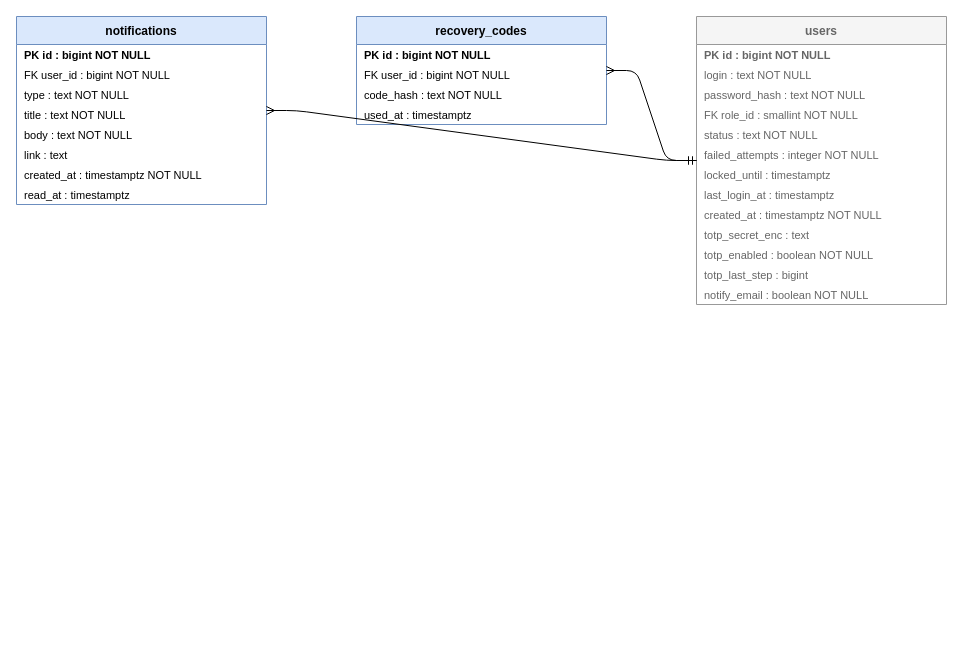
Earlier version of the draw.io diagram page "Безопасность" (12 of 14) of docs/diagrams/er.drawio (vladmeshkov/js-course-work). Source tidied: cells renumbered, new cells numbered last; positions are measured from the earlier drawing's top-left corner, leaving out a move shared by most shapes. Both pictures are drawn from the tidied source at 100%, with x=0, y=0 at pixel (16, 16).
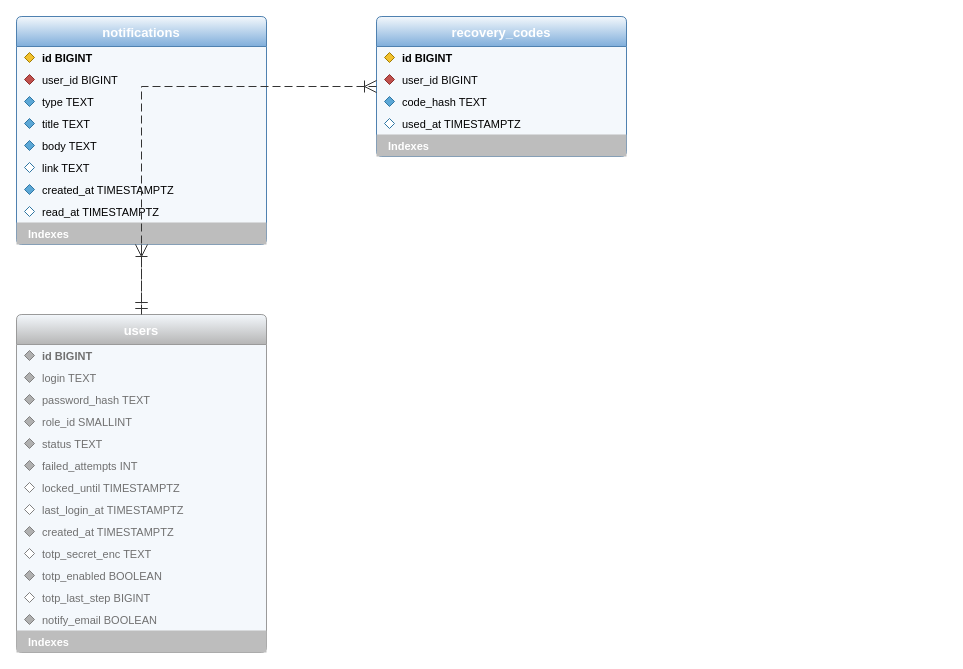
Above is the later version.

The edit, as a diff of the source:
```diff
@@
-    <mxCell id="2" value="notifications" style="swimlane;fontStyle=1;horizontal=1;startSize=28;fillColor=#dae8fc;strokeColor=#6c8ebf;fontColor=#000000;" parent="1" vertex="1">
-      <mxGeometry width="250" height="188" as="geometry" />
+    <mxCell id="2" value="notifications" style="swimlane;fontStyle=1;fontSize=13;horizontal=1;startSize=30;rounded=1;arcSize=6;fillColor=#F4F8FC;swimlaneFillColor=#F4F8FC;gradientColor=#7FAEDB;strokeColor=#4F81B0;fontColor=#FFFFFF;align=center;" parent="1" vertex="1">
+      <mxGeometry width="250" height="228" as="geometry" />
     </mxCell>
-    <mxCell id="3" value="PK id : bigint NOT NULL" style="text;strokeColor=none;fillColor=none;align=left;verticalAlign=middle;spacingLeft=6;overflow=hidden;whiteSpace=nowrap;fontSize=11;fontStyle=1;" parent="2" vertex="1">
-      <mxGeometry y="28" width="250" height="20" as="geometry" />
+    <mxCell id="3" style="rhombus;fillColor=#F2C12E;strokeColor=#A07B00;" parent="2" vertex="1">
+      <mxGeometry x="8" y="36" width="10" height="10" as="geometry" />
     </mxCell>
-    <mxCell id="4" value="FK user_id : bigint NOT NULL" style="text;strokeColor=none;fillColor=none;align=left;verticalAlign=middle;spacingLeft=6;overflow=hidden;whiteSpace=nowrap;fontSize=11;" parent="2" vertex="1">
-      <mxGeometry y="48" width="250" height="20" as="geometry" />
+    <mxCell id="4" value="id BIGINT" style="text;strokeColor=none;fillColor=none;align=left;verticalAlign=middle;spacingLeft=24;overflow=hidden;whiteSpace=nowrap;fontSize=11;fontStyle=1;" parent="2" vertex="1">
+      <mxGeometry y="30" width="250" height="22" as="geometry" />
     </mxCell>
-    <mxCell id="5" value="   type : text NOT NULL" style="text;strokeColor=none;fillColor=none;align=left;verticalAlign=middle;spacingLeft=6;overflow=hidden;whiteSpace=nowrap;fontSize=11;" parent="2" vertex="1">
-      <mxGeometry y="68" width="250" height="20" as="geometry" />
+    <mxCell id="5" style="rhombus;fillColor=#C0504D;strokeColor=#8E2E2B;" parent="2" vertex="1">
+      <mxGeometry x="8" y="58" width="10" height="10" as="geometry" />
     </mxCell>
-    <mxCell id="6" value="   title : text NOT NULL" style="text;strokeColor=none;fillColor=none;align=left;verticalAlign=middle;spacingLeft=6;overflow=hidden;whiteSpace=nowrap;fontSize=11;" parent="2" vertex="1">
-      <mxGeometry y="88" width="250" height="20" as="geometry" />
+    <mxCell id="6" value="user_id BIGINT" style="text;strokeColor=none;fillColor=none;align=left;verticalAlign=middle;spacingLeft=24;overflow=hidden;whiteSpace=nowrap;fontSize=11;" parent="2" vertex="1">
+      <mxGeometry y="52" width="250" height="22" as="geometry" />
     </mxCell>
-    <mxCell id="7" value="   body : text NOT NULL" style="text;strokeColor=none;fillColor=none;align=left;verticalAlign=middle;spacingLeft=6;overflow=hidden;whiteSpace=nowrap;fontSize=11;" parent="2" vertex="1">
-      <mxGeometry y="108" width="250" height="20" as="geometry" />
+    <mxCell id="7" style="rhombus;fillColor=#5BA7D6;strokeColor=#2F76A3;" parent="2" vertex="1">
+      <mxGeometry x="8" y="80" width="10" height="10" as="geometry" />
     </mxCell>
-    <mxCell id="8" value="   link : text" style="text;strokeColor=none;fillColor=none;align=left;verticalAlign=middle;spacingLeft=6;overflow=hidden;whiteSpace=nowrap;fontSize=11;" parent="2" vertex="1">
-      <mxGeometry y="128" width="250" height="20" as="geometry" />
+    <mxCell id="8" value="type TEXT" style="text;strokeColor=none;fillColor=none;align=left;verticalAlign=middle;spacingLeft=24;overflow=hidden;whiteSpace=nowrap;fontSize=11;" parent="2" vertex="1">
+      <mxGeometry y="74" width="250" height="22" as="geometry" />
     </mxCell>
-    <mxCell id="9" value="   created_at : timestamptz NOT NULL" style="text;strokeColor=none;fillColor=none;align=left;verticalAlign=middle;spacingLeft=6;overflow=hidden;whiteSpace=nowrap;fontSize=11;" parent="2" vertex="1">
-      <mxGeometry y="148" width="250" height="20" as="geometry" />
+    <mxCell id="9" style="rhombus;fillColor=#5BA7D6;strokeColor=#2F76A3;" parent="2" vertex="1">
+      <mxGeometry x="8" y="102" width="10" height="10" as="geometry" />
     </mxCell>
-    <mxCell id="10" value="   read_at : timestamptz" style="text;strokeColor=none;fillColor=none;align=left;verticalAlign=middle;spacingLeft=6;overflow=hidden;whiteSpace=nowrap;fontSize=11;" parent="2" vertex="1">
-      <mxGeometry y="168" width="250" height="20" as="geometry" />
+    <mxCell id="10" value="title TEXT" style="text;strokeColor=none;fillColor=none;align=left;verticalAlign=middle;spacingLeft=24;overflow=hidden;whiteSpace=nowrap;fontSize=11;" parent="2" vertex="1">
+      <mxGeometry y="96" width="250" height="22" as="geometry" />
     </mxCell>
-    <mxCell id="11" value="recovery_codes" style="swimlane;fontStyle=1;horizontal=1;startSize=28;fillColor=#dae8fc;strokeColor=#6c8ebf;fontColor=#000000;" parent="1" vertex="1">
-      <mxGeometry x="340" width="250" height="108" as="geometry" />
+    <mxCell id="11" style="rhombus;fillColor=#5BA7D6;strokeColor=#2F76A3;" parent="2" vertex="1">
+      <mxGeometry x="8" y="124" width="10" height="10" as="geometry" />
     </mxCell>
-    <mxCell id="12" value="PK id : bigint NOT NULL" style="text;strokeColor=none;fillColor=none;align=left;verticalAlign=middle;spacingLeft=6;overflow=hidden;whiteSpace=nowrap;fontSize=11;fontStyle=1;" parent="11" vertex="1">
-      <mxGeometry y="28" width="250" height="20" as="geometry" />
+    <mxCell id="12" value="body TEXT" style="text;strokeColor=none;fillColor=none;align=left;verticalAlign=middle;spacingLeft=24;overflow=hidden;whiteSpace=nowrap;fontSize=11;" parent="2" vertex="1">
+      <mxGeometry y="118" width="250" height="22" as="geometry" />
     </mxCell>
-    <mxCell id="13" value="FK user_id : bigint NOT NULL" style="text;strokeColor=none;fillColor=none;align=left;verticalAlign=middle;spacingLeft=6;overflow=hidden;whiteSpace=nowrap;fontSize=11;" parent="11" vertex="1">
-      <mxGeometry y="48" width="250" height="20" as="geometry" />
+    <mxCell id="13" style="rhombus;fillColor=#FFFFFF;strokeColor=#2F76A3;" parent="2" vertex="1">
+      <mxGeometry x="8" y="146" width="10" height="10" as="geometry" />
     </mxCell>
-    <mxCell id="14" value="   code_hash : text NOT NULL" style="text;strokeColor=none;fillColor=none;align=left;verticalAlign=middle;spacingLeft=6;overflow=hidden;whiteSpace=nowrap;fontSize=11;" parent="11" vertex="1">
-      <mxGeometry y="68" width="250" height="20" as="geometry" />
+    <mxCell id="14" value="link TEXT" style="text;strokeColor=none;fillColor=none;align=left;verticalAlign=middle;spacingLeft=24;overflow=hidden;whiteSpace=nowrap;fontSize=11;" parent="2" vertex="1">
+      <mxGeometry y="140" width="250" height="22" as="geometry" />
     </mxCell>
-    <mxCell id="15" value="   used_at : timestamptz" style="text;strokeColor=none;fillColor=none;align=left;verticalAlign=middle;spacingLeft=6;overflow=hidden;whiteSpace=nowrap;fontSize=11;" parent="11" vertex="1">
-      <mxGeometry y="88" width="250" height="20" as="geometry" />
+    <mxCell id="15" style="rhombus;fillColor=#5BA7D6;strokeColor=#2F76A3;" parent="2" vertex="1">
+      <mxGeometry x="8" y="168" width="10" height="10" as="geometry" />
     </mxCell>
-    <mxCell id="16" value="users" style="swimlane;fontStyle=1;horizontal=1;startSize=28;fillColor=#f5f5f5;strokeColor=#999999;fontColor=#666666;" parent="1" vertex="1">
-      <mxGeometry x="680" width="250" height="288" as="geometry" />
+    <mxCell id="16" value="created_at TIMESTAMPTZ" style="text;strokeColor=none;fillColor=none;align=left;verticalAlign=middle;spacingLeft=24;overflow=hidden;whiteSpace=nowrap;fontSize=11;" parent="2" vertex="1">
+      <mxGeometry y="162" width="250" height="22" as="geometry" />
     </mxCell>
-    <mxCell id="17" value="PK id : bigint NOT NULL" style="text;strokeColor=none;fillColor=none;align=left;verticalAlign=middle;spacingLeft=6;overflow=hidden;whiteSpace=nowrap;fontSize=11;fontStyle=1;fontColor=#666666;" parent="16" vertex="1">
-      <mxGeometry y="28" width="250" height="20" as="geometry" />
+    <mxCell id="17" style="rhombus;fillColor=#FFFFFF;strokeColor=#2F76A3;" parent="2" vertex="1">
+      <mxGeometry x="8" y="190" width="10" height="10" as="geometry" />
     </mxCell>
-    <mxCell id="18" value="   login : text NOT NULL" style="text;strokeColor=none;fillColor=none;align=left;verticalAlign=middle;spacingLeft=6;overflow=hidden;whiteSpace=nowrap;fontSize=11;fontColor=#666666;" parent="16" vertex="1">
-      <mxGeometry y="48" width="250" height="20" as="geometry" />
+    <mxCell id="18" value="read_at TIMESTAMPTZ" style="text;strokeColor=none;fillColor=none;align=left;verticalAlign=middle;spacingLeft=24;overflow=hidden;whiteSpace=nowrap;fontSize=11;" parent="2" vertex="1">
+      <mxGeometry y="184" width="250" height="22" as="geometry" />
     </mxCell>
-    <mxCell id="19" value="   password_hash : text NOT NULL" style="text;strokeColor=none;fillColor=none;align=left;verticalAlign=middle;spacingLeft=6;overflow=hidden;whiteSpace=nowrap;fontSize=11;fontColor=#666666;" parent="16" vertex="1">
-      <mxGeometry y="68" width="250" height="20" as="geometry" />
+    <mxCell id="19" value="Indexes" style="text;strokeColor=none;fillColor=#BDBDBD;fontColor=#FFFFFF;fontStyle=1;fontSize=11;align=left;verticalAlign=middle;spacingLeft=10;" parent="2" vertex="1">
+      <mxGeometry y="206" width="250" height="22" as="geometry" />
     </mxCell>
-    <mxCell id="20" value="FK role_id : smallint NOT NULL" style="text;strokeColor=none;fillColor=none;align=left;verticalAlign=middle;spacingLeft=6;overflow=hidden;whiteSpace=nowrap;fontSize=11;fontColor=#666666;" parent="16" vertex="1">
-      <mxGeometry y="88" width="250" height="20" as="geometry" />
+    <mxCell id="20" value="recovery_codes" style="swimlane;fontStyle=1;fontSize=13;horizontal=1;startSize=30;rounded=1;arcSize=6;fillColor=#F4F8FC;swimlaneFillColor=#F4F8FC;gradientColor=#7FAEDB;strokeColor=#4F81B0;fontColor=#FFFFFF;align=center;" parent="1" vertex="1">
+      <mxGeometry x="360" width="250" height="140" as="geometry" />
     </mxCell>
-    <mxCell id="21" value="   status : text NOT NULL" style="text;strokeColor=none;fillColor=none;align=left;verticalAlign=middle;spacingLeft=6;overflow=hidden;whiteSpace=nowrap;fontSize=11;fontColor=#666666;" parent="16" vertex="1">
-      <mxGeometry y="108" width="250" height="20" as="geometry" />
+    <mxCell id="21" style="rhombus;fillColor=#F2C12E;strokeColor=#A07B00;" parent="20" vertex="1">
+      <mxGeometry x="8" y="36" width="10" height="10" as="geometry" />
     </mxCell>
-    <mxCell id="22" value="   failed_attempts : integer NOT NULL" style="text;strokeColor=none;fillColor=none;align=left;verticalAlign=middle;spacingLeft=6;overflow=hidden;whiteSpace=nowrap;fontSize=11;fontColor=#666666;" parent="16" vertex="1">
-      <mxGeometry y="128" width="250" height="20" as="geometry" />
+    <mxCell id="22" value="id BIGINT" style="text;strokeColor=none;fillColor=none;align=left;verticalAlign=middle;spacingLeft=24;overflow=hidden;whiteSpace=nowrap;fontSize=11;fontStyle=1;" parent="20" vertex="1">
+      <mxGeometry y="30" width="250" height="22" as="geometry" />
     </mxCell>
-    <mxCell id="23" value="   locked_until : timestamptz" style="text;strokeColor=none;fillColor=none;align=left;verticalAlign=middle;spacingLeft=6;overflow=hidden;whiteSpace=nowrap;fontSize=11;fontColor=#666666;" parent="16" vertex="1">
-      <mxGeometry y="148" width="250" height="20" as="geometry" />
+    <mxCell id="23" style="rhombus;fillColor=#C0504D;strokeColor=#8E2E2B;" parent="20" vertex="1">
+      <mxGeometry x="8" y="58" width="10" height="10" as="geometry" />
     </mxCell>
-    <mxCell id="24" value="   last_login_at : timestamptz" style="text;strokeColor=none;fillColor=none;align=left;verticalAlign=middle;spacingLeft=6;overflow=hidden;whiteSpace=nowrap;fontSize=11;fontColor=#666666;" parent="16" vertex="1">
-      <mxGeometry y="168" width="250" height="20" as="geometry" />
+    <mxCell id="24" value="user_id BIGINT" style="text;strokeColor=none;fillColor=none;align=left;verticalAlign=middle;spacingLeft=24;overflow=hidden;whiteSpace=nowrap;fontSize=11;" parent="20" vertex="1">
+      <mxGeometry y="52" width="250" height="22" as="geometry" />
     </mxCell>
-    <mxCell id="25" value="   created_at : timestamptz NOT NULL" style="text;strokeColor=none;fillColor=none;align=left;verticalAlign=middle;spacingLeft=6;overflow=hidden;whiteSpace=nowrap;fontSize=11;fontColor=#666666;" parent="16" vertex="1">
-      <mxGeometry y="188" width="250" height="20" as="geometry" />
+    <mxCell id="25" style="rhombus;fillColor=#5BA7D6;strokeColor=#2F76A3;" parent="20" vertex="1">
+      <mxGeometry x="8" y="80" width="10" height="10" as="geometry" />
     </mxCell>
-    <mxCell id="26" value="   totp_secret_enc : text" style="text;strokeColor=none;fillColor=none;align=left;verticalAlign=middle;spacingLeft=6;overflow=hidden;whiteSpace=nowrap;fontSize=11;fontColor=#666666;" parent="16" vertex="1">
-      <mxGeometry y="208" width="250" height="20" as="geometry" />
+    <mxCell id="26" value="code_hash TEXT" style="text;strokeColor=none;fillColor=none;align=left;verticalAlign=middle;spacingLeft=24;overflow=hidden;whiteSpace=nowrap;fontSize=11;" parent="20" vertex="1">
+      <mxGeometry y="74" width="250" height="22" as="geometry" />
     </mxCell>
-    <mxCell id="27" value="   totp_enabled : boolean NOT NULL" style="text;strokeColor=none;fillColor=none;align=left;verticalAlign=middle;spacingLeft=6;overflow=hidden;whiteSpace=nowrap;fontSize=11;fontColor=#666666;" parent="16" vertex="1">
-      <mxGeometry y="228" width="250" height="20" as="geometry" />
+    <mxCell id="27" style="rhombus;fillColor=#FFFFFF;strokeColor=#2F76A3;" parent="20" vertex="1">
+      <mxGeometry x="8" y="102" width="10" height="10" as="geometry" />
     </mxCell>
-    <mxCell id="28" value="   totp_last_step : bigint" style="text;strokeColor=none;fillColor=none;align=left;verticalAlign=middle;spacingLeft=6;overflow=hidden;whiteSpace=nowrap;fontSize=11;fontColor=#666666;" parent="16" vertex="1">
-      <mxGeometry y="248" width="250" height="20" as="geometry" />
+    <mxCell id="28" value="used_at TIMESTAMPTZ" style="text;strokeColor=none;fillColor=none;align=left;verticalAlign=middle;spacingLeft=24;overflow=hidden;whiteSpace=nowrap;fontSize=11;" parent="20" vertex="1">
+      <mxGeometry y="96" width="250" height="22" as="geometry" />
     </mxCell>
-    <mxCell id="29" value="   notify_email : boolean NOT NULL" style="text;strokeColor=none;fillColor=none;align=left;verticalAlign=middle;spacingLeft=6;overflow=hidden;whiteSpace=nowrap;fontSize=11;fontColor=#666666;" parent="16" vertex="1">
-      <mxGeometry y="268" width="250" height="20" as="geometry" />
+    <mxCell id="29" value="Indexes" style="text;strokeColor=none;fillColor=#BDBDBD;fontColor=#FFFFFF;fontStyle=1;fontSize=11;align=left;verticalAlign=middle;spacingLeft=10;" parent="20" vertex="1">
+      <mxGeometry y="118" width="250" height="22" as="geometry" />
     </mxCell>
-    <mxCell id="30" style="edgeStyle=entityRelationEdgeStyle;fontSize=12;html=1;endArrow=ERmandOne;startArrow=ERmany;endFill=0;startFill=0;" parent="1" edge="1" source="2" target="16">
-      <mxGeometry relative="1" as="geometry" />
+    <mxCell id="30" value="users" style="swimlane;fontStyle=1;fontSize=13;horizontal=1;startSize=30;rounded=1;arcSize=6;fillColor=#F4F8FC;swimlaneFillColor=#F4F8FC;gradientColor=#B5B5B5;strokeColor=#9A9A9A;fontColor=#FFFFFF;align=center;" parent="1" vertex="1">
+      <mxGeometry y="298" width="250" height="338" as="geometry" />
     </mxCell>
-    <mxCell id="31" style="edgeStyle=entityRelationEdgeStyle;fontSize=12;html=1;endArrow=ERmandOne;startArrow=ERmany;endFill=0;startFill=0;" parent="1" edge="1" source="11" target="16">
-      <mxGeometry relative="1" as="geometry" />
+    <mxCell id="31" style="rhombus;fillColor=#B0B0B0;strokeColor=#808080;" parent="30" vertex="1">
+      <mxGeometry x="8" y="36" width="10" height="10" as="geometry" />
     </mxCell>
+    <mxCell id="32" value="id BIGINT" style="text;strokeColor=none;fillColor=none;align=left;verticalAlign=middle;spacingLeft=24;overflow=hidden;whiteSpace=nowrap;fontSize=11;fontStyle=1;fontColor=#707070;" parent="30" vertex="1">
+      <mxGeometry y="30" width="250" height="22" as="geometry" />
+    </mxCell>
+    <mxCell id="33" style="rhombus;fillColor=#B0B0B0;strokeColor=#808080;" parent="30" vertex="1">
+      <mxGeometry x="8" y="58" width="10" height="10" as="geometry" />
+    </mxCell>
+    <mxCell id="34" value="login TEXT" style="text;strokeColor=none;fillColor=none;align=left;verticalAlign=middle;spacingLeft=24;overflow=hidden;whiteSpace=nowrap;fontSize=11;fontColor=#707070;" parent="30" vertex="1">
+      <mxGeometry y="52" width="250" height="22" as="geometry" />
+    </mxCell>
+    <mxCell id="35" style="rhombus;fillColor=#B0B0B0;strokeColor=#808080;" parent="30" vertex="1">
+      <mxGeometry x="8" y="80" width="10" height="10" as="geometry" />
+    </mxCell>
+    <mxCell id="36" value="password_hash TEXT" style="text;strokeColor=none;fillColor=none;align=left;verticalAlign=middle;spacingLeft=24;overflow=hidden;whiteSpace=nowrap;fontSize=11;fontColor=#707070;" parent="30" vertex="1">
+      <mxGeometry y="74" width="250" height="22" as="geometry" />
+    </mxCell>
+    <mxCell id="37" style="rhombus;fillColor=#B0B0B0;strokeColor=#808080;" parent="30" vertex="1">
+      <mxGeometry x="8" y="102" width="10" height="10" as="geometry" />
+    </mxCell>
+    <mxCell id="38" value="role_id SMALLINT" style="text;strokeColor=none;fillColor=none;align=left;verticalAlign=middle;spacingLeft=24;overflow=hidden;whiteSpace=nowrap;fontSize=11;fontColor=#707070;" parent="30" vertex="1">
+      <mxGeometry y="96" width="250" height="22" as="geometry" />
+    </mxCell>
+    <mxCell id="39" style="rhombus;fillColor=#B0B0B0;strokeColor=#808080;" parent="30" vertex="1">
+      <mxGeometry x="8" y="124" width="10" height="10" as="geometry" />
+    </mxCell>
+    <mxCell id="40" value="status TEXT" style="text;strokeColor=none;fillColor=none;align=left;verticalAlign=middle;spacingLeft=24;overflow=hidden;whiteSpace=nowrap;fontSize=11;fontColor=#707070;" parent="30" vertex="1">
+      <mxGeometry y="118" width="250" height="22" as="geometry" />
+    </mxCell>
+    <mxCell id="41" style="rhombus;fillColor=#B0B0B0;strokeColor=#808080;" parent="30" vertex="1">
+      <mxGeometry x="8" y="146" width="10" height="10" as="geometry" />
+    </mxCell>
+    <mxCell id="42" value="failed_attempts INT" style="text;strokeColor=none;fillColor=none;align=left;verticalAlign=middle;spacingLeft=24;overflow=hidden;whiteSpace=nowrap;fontSize=11;fontColor=#707070;" parent="30" vertex="1">
+      <mxGeometry y="140" width="250" height="22" as="geometry" />
+    </mxCell>
+    <mxCell id="43" style="rhombus;fillColor=#FFFFFF;strokeColor=#808080;" parent="30" vertex="1">
+      <mxGeometry x="8" y="168" width="10" height="10" as="geometry" />
+    </mxCell>
+    <mxCell id="44" value="locked_until TIMESTAMPTZ" style="text;strokeColor=none;fillColor=none;align=left;verticalAlign=middle;spacingLeft=24;overflow=hidden;whiteSpace=nowrap;fontSize=11;fontColor=#707070;" parent="30" vertex="1">
+      <mxGeometry y="162" width="250" height="22" as="geometry" />
+    </mxCell>
+    <mxCell id="45" style="rhombus;fillColor=#FFFFFF;strokeColor=#808080;" parent="30" vertex="1">
+      <mxGeometry x="8" y="190" width="10" height="10" as="geometry" />
+    </mxCell>
+    <mxCell id="46" value="last_login_at TIMESTAMPTZ" style="text;strokeColor=none;fillColor=none;align=left;verticalAlign=middle;spacingLeft=24;overflow=hidden;whiteSpace=nowrap;fontSize=11;fontColor=#707070;" parent="30" vertex="1">
+      <mxGeometry y="184" width="250" height="22" as="geometry" />
+    </mxCell>
+    <mxCell id="47" style="rhombus;fillColor=#B0B0B0;strokeColor=#808080;" parent="30" vertex="1">
+      <mxGeometry x="8" y="212" width="10" height="10" as="geometry" />
+    </mxCell>
+    <mxCell id="48" value="created_at TIMESTAMPTZ" style="text;strokeColor=none;fillColor=none;align=left;verticalAlign=middle;spacingLeft=24;overflow=hidden;whiteSpace=nowrap;fontSize=11;fontColor=#707070;" parent="30" vertex="1">
+      <mxGeometry y="206" width="250" height="22" as="geometry" />
+    </mxCell>
+    <mxCell id="49" style="rhombus;fillColor=#FFFFFF;strokeColor=#808080;" parent="30" vertex="1">
+      <mxGeometry x="8" y="234" width="10" height="10" as="geometry" />
+    </mxCell>
+    <mxCell id="50" value="totp_secret_enc TEXT" style="text;strokeColor=none;fillColor=none;align=left;verticalAlign=middle;spacingLeft=24;overflow=hidden;whiteSpace=nowrap;fontSize=11;fontColor=#707070;" parent="30" vertex="1">
+      <mxGeometry y="228" width="250" height="22" as="geometry" />
+    </mxCell>
+    <mxCell id="51" style="rhombus;fillColor=#B0B0B0;strokeColor=#808080;" parent="30" vertex="1">
+      <mxGeometry x="8" y="256" width="10" height="10" as="geometry" />
+    </mxCell>
+    <mxCell id="52" value="totp_enabled BOOLEAN" style="text;strokeColor=none;fillColor=none;align=left;verticalAlign=middle;spacingLeft=24;overflow=hidden;whiteSpace=nowrap;fontSize=11;fontColor=#707070;" parent="30" vertex="1">
+      <mxGeometry y="250" width="250" height="22" as="geometry" />
+    </mxCell>
+    <mxCell id="53" style="rhombus;fillColor=#FFFFFF;strokeColor=#808080;" parent="30" vertex="1">
+      <mxGeometry x="8" y="278" width="10" height="10" as="geometry" />
+    </mxCell>
+    <mxCell id="54" value="totp_last_step BIGINT" style="text;strokeColor=none;fillColor=none;align=left;verticalAlign=middle;spacingLeft=24;overflow=hidden;whiteSpace=nowrap;fontSize=11;fontColor=#707070;" parent="30" vertex="1">
+      <mxGeometry y="272" width="250" height="22" as="geometry" />
+    </mxCell>
+    <mxCell id="55" style="rhombus;fillColor=#B0B0B0;strokeColor=#808080;" parent="30" vertex="1">
+      <mxGeometry x="8" y="300" width="10" height="10" as="geometry" />
+    </mxCell>
+    <mxCell id="56" value="notify_email BOOLEAN" style="text;strokeColor=none;fillColor=none;align=left;verticalAlign=middle;spacingLeft=24;overflow=hidden;whiteSpace=nowrap;fontSize=11;fontColor=#707070;" parent="30" vertex="1">
+      <mxGeometry y="294" width="250" height="22" as="geometry" />
+    </mxCell>
+    <mxCell id="57" value="Indexes" style="text;strokeColor=none;fillColor=#BDBDBD;fontColor=#FFFFFF;fontStyle=1;fontSize=11;align=left;verticalAlign=middle;spacingLeft=10;" parent="30" vertex="1">
+      <mxGeometry y="316" width="250" height="22" as="geometry" />
+    </mxCell>
+    <mxCell id="58" style="edgeStyle=orthogonalEdgeStyle;rounded=0;html=1;dashed=1;dashPattern=8 4;strokeColor=#333333;startArrow=ERoneToMany;endArrow=ERmandOne;startSize=10;endSize=10;startFill=0;endFill=0;" parent="1" edge="1" source="2" target="30">
+      <mxGeometry relative="1" as="geometry" />
+    </mxCell>
+    <mxCell id="59" style="edgeStyle=orthogonalEdgeStyle;rounded=0;html=1;dashed=1;dashPattern=8 4;strokeColor=#333333;startArrow=ERoneToMany;endArrow=ERmandOne;startSize=10;endSize=10;startFill=0;endFill=0;" parent="1" edge="1" source="20" target="30">
+      <mxGeometry relative="1" as="geometry" />
+    </mxCell>
```
